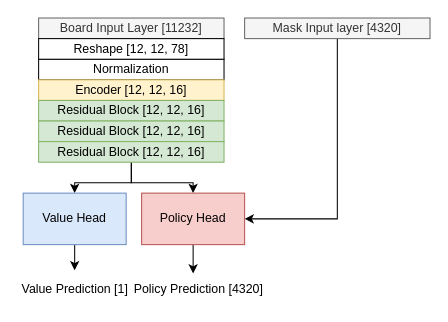
This is playerzero_arc.drawio from Klazkin/player-zero, a draw.io file, before an edit. Source tidied: cells renumbered, new cells numbered last; positions are measured from the earlier drawing's top-left corner, leaving out a move shared by most shapes. Both pictures are drawn from the tidied source at 103%, with x=0, y=0 at pixel (18, 18).
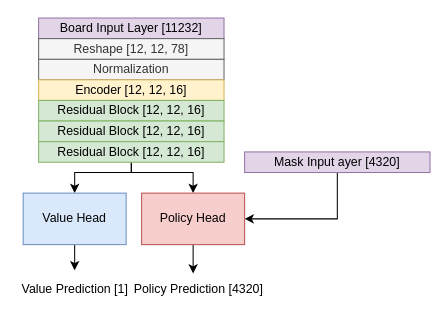
The same diagram, later.

Unchanged cells that the change refers to:
```xml
<mxCell id="10" value="Residual Block [12, 12, 16]" style="rounded=0;whiteSpace=wrap;html=1;fillColor=#d5e8d4;strokeColor=#82b366;" parent="1" vertex="1">
  <mxGeometry x="20" y="120" width="180" height="20" as="geometry" />
</mxCell>
<mxCell id="12" value="Value Head" style="rounded=0;whiteSpace=wrap;html=1;fillColor=#dae8fc;strokeColor=#6c8ebf;" parent="1" vertex="1">
  <mxGeometry x="5" y="170" width="100" height="50" as="geometry" />
</mxCell>
<mxCell id="14" value="&lt;div&gt;Policy Head&lt;/div&gt;" style="rounded=0;whiteSpace=wrap;html=1;fillColor=#f8cecc;strokeColor=#b85450;" parent="1" vertex="1">
  <mxGeometry x="120" y="170" width="100" height="50" as="geometry" />
</mxCell>
```

Change to the diagram source:
```diff
@@
-    <mxCell id="2" value="&lt;div&gt;Board Input Layer [11232]&lt;/div&gt;" style="rounded=0;whiteSpace=wrap;html=1;fillColor=#f5f5f5;fontColor=#333333;strokeColor=#666666;" parent="1" vertex="1">
+    <mxCell id="2" value="&lt;div&gt;Board Input Layer [11232]&lt;/div&gt;" style="rounded=0;whiteSpace=wrap;html=1;fillColor=#e1d5e7;strokeColor=#9673a6;" parent="1" vertex="1">
       <mxGeometry x="20" width="180" height="20" as="geometry" />
     </mxCell>
-    <mxCell id="3" value="&lt;div&gt;Normalization&lt;/div&gt;" style="rounded=0;whiteSpace=wrap;html=1;" parent="1" vertex="1">
+    <mxCell id="3" value="&lt;div&gt;Normalization&lt;/div&gt;" style="rounded=0;whiteSpace=wrap;html=1;fillColor=#f5f5f5;fontColor=#333333;strokeColor=#666666;" parent="1" vertex="1">
       <mxGeometry x="20" y="40" width="180" height="20" as="geometry" />
     </mxCell>
-    <mxCell id="4" value="Reshape [12, 12, 78]" style="rounded=0;whiteSpace=wrap;html=1;" parent="1" vertex="1">
+    <mxCell id="4" value="Reshape [12, 12, 78]" style="rounded=0;whiteSpace=wrap;html=1;fillColor=#f5f5f5;fontColor=#333333;strokeColor=#666666;" parent="1" vertex="1">
       <mxGeometry x="20" y="20" width="180" height="20" as="geometry" />
     </mxCell>
@@
     <mxCell id="8" style="edgeStyle=orthogonalEdgeStyle;rounded=0;jettySize=auto;html=1;exitX=0.5;exitY=1;exitDx=0;exitDy=0;" parent="1" edge="1" source="10" target="14">
-      <mxGeometry relative="1" as="geometry" />
+      <mxGeometry relative="1" as="geometry">
+        <Array as="points">
+          <mxPoint x="110" y="150" />
+          <mxPoint x="170" y="150" />
+        </Array>
+      </mxGeometry>
     </mxCell>
     <mxCell id="9" style="edgeStyle=orthogonalEdgeStyle;rounded=0;jettySize=auto;html=1;" parent="1" edge="1" source="10" target="12">
-      <mxGeometry relative="1" as="geometry" />
+      <mxGeometry relative="1" as="geometry">
+        <Array as="points">
+          <mxPoint x="110" y="150" />
+          <mxPoint x="55" y="150" />
+        </Array>
+      </mxGeometry>
     </mxCell>
@@
-    <mxCell id="16" value="Mask Input layer [4320]" style="rounded=0;whiteSpace=wrap;html=1;fillColor=#f5f5f5;fontColor=#333333;strokeColor=#666666;" parent="1" vertex="1">
-      <mxGeometry x="220" width="180" height="20" as="geometry" />
+    <mxCell id="16" value="Mask Input ayer [4320]" style="rounded=0;whiteSpace=wrap;html=1;fillColor=#e1d5e7;strokeColor=#9673a6;" parent="1" vertex="1">
+      <mxGeometry x="220" y="130" width="180" height="20" as="geometry" />
     </mxCell>
```
